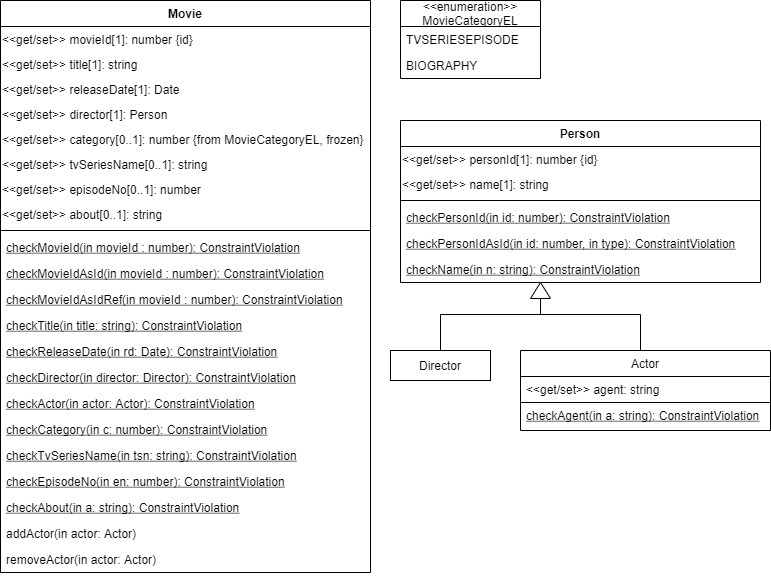
Before: docs/assignment6/js_class_model.png, a diagram exported from draw.io (minaleebtu/webapp-lee). Source tidied: cells renumbered, new cells last; positions are measured from the earlier drawing's top-left corner, leaving out a move shared by most shapes. Its diagram source:
```xml
<mxGraphModel>
  <root>
    <mxCell id="0" />
    <mxCell id="1" parent="0" />
    <mxCell id="2" value="Movie" style="swimlane;fontStyle=1;align=center;verticalAlign=top;horizontal=1;startSize=26;" parent="1" vertex="1">
      <mxGeometry width="370" height="572" as="geometry" />
    </mxCell>
    <mxCell id="3" value="&amp;lt;&amp;lt;get/set&amp;gt;&amp;gt; movieId[1]: number {id}&amp;nbsp;" style="text;html=1;align=left;" parent="2" vertex="1">
      <mxGeometry y="26" width="370" height="25" as="geometry" />
    </mxCell>
    <mxCell id="4" value="&amp;lt;&amp;lt;get/set&amp;gt;&amp;gt; title[1]: string" style="text;html=1;align=left;" parent="2" vertex="1">
      <mxGeometry y="51" width="370" height="25" as="geometry" />
    </mxCell>
    <mxCell id="5" value="&lt;span&gt;&amp;lt;&amp;lt;get/set&amp;gt;&amp;gt; releaseDate[1]: Date&lt;/span&gt;" style="text;html=1;align=left;" parent="2" vertex="1">
      <mxGeometry y="76" width="370" height="25" as="geometry" />
    </mxCell>
    <mxCell id="6" value="&lt;span&gt;&amp;lt;&amp;lt;get/set&amp;gt;&amp;gt; director[1]: Person&lt;/span&gt;" style="text;html=1;align=left;" parent="2" vertex="1">
      <mxGeometry y="101" width="370" height="25" as="geometry" />
    </mxCell>
    <mxCell id="7" value="&lt;span&gt;&amp;lt;&amp;lt;get/set&amp;gt;&amp;gt; category[0..1]: number {from MovieCategoryEL, frozen}&lt;/span&gt;" style="text;html=1;align=left;" parent="2" vertex="1">
      <mxGeometry y="126" width="370" height="25" as="geometry" />
    </mxCell>
    <mxCell id="8" value="&lt;span&gt;&amp;lt;&amp;lt;get/set&amp;gt;&amp;gt; tvSeriesName[0..1]: string&lt;/span&gt;" style="text;html=1;align=left;" parent="2" vertex="1">
      <mxGeometry y="151" width="370" height="25" as="geometry" />
    </mxCell>
    <mxCell id="9" value="&lt;span&gt;&amp;lt;&amp;lt;get/set&amp;gt;&amp;gt; episodeNo[0..1]: number&lt;/span&gt;" style="text;html=1;align=left;" parent="2" vertex="1">
      <mxGeometry y="176" width="370" height="25" as="geometry" />
    </mxCell>
    <mxCell id="10" value="&lt;span&gt;&amp;lt;&amp;lt;get/set&amp;gt;&amp;gt; about[0..1]: string&lt;/span&gt;" style="text;html=1;align=left;" parent="2" vertex="1">
      <mxGeometry y="201" width="370" height="25" as="geometry" />
    </mxCell>
    <mxCell id="11" style="line;strokeWidth=1;fillColor=none;align=left;verticalAlign=middle;spacingTop=-1;spacingLeft=3;spacingRight=3;labelPosition=right;" parent="2" vertex="1">
      <mxGeometry y="226" width="370" height="8" as="geometry" />
    </mxCell>
    <mxCell id="12" value="checkMovieId(in movieId : number): ConstraintViolation" style="text;strokeColor=none;fillColor=none;align=left;verticalAlign=top;spacingLeft=4;spacingRight=4;overflow=hidden;fontStyle=4;" parent="2" vertex="1">
      <mxGeometry y="234" width="370" height="26" as="geometry" />
    </mxCell>
    <mxCell id="13" value="checkMovieIdAsId(in movieId : number): ConstraintViolation" style="text;strokeColor=none;fillColor=none;align=left;verticalAlign=top;spacingLeft=4;spacingRight=4;overflow=hidden;fontStyle=4;" parent="2" vertex="1">
      <mxGeometry y="260" width="370" height="26" as="geometry" />
    </mxCell>
    <mxCell id="14" value="checkMovieIdAsIdRef(in movieId : number): ConstraintViolation" style="text;strokeColor=none;fillColor=none;align=left;verticalAlign=top;spacingLeft=4;spacingRight=4;overflow=hidden;fontStyle=4;" parent="2" vertex="1">
      <mxGeometry y="286" width="370" height="26" as="geometry" />
    </mxCell>
    <mxCell id="15" value="checkTitle(in title: string): ConstraintViolation" style="text;strokeColor=none;fillColor=none;align=left;verticalAlign=top;spacingLeft=4;spacingRight=4;overflow=hidden;fontStyle=4;" parent="2" vertex="1">
      <mxGeometry y="312" width="370" height="26" as="geometry" />
    </mxCell>
    <mxCell id="16" value="checkReleaseDate(in rd: Date): ConstraintViolation" style="text;strokeColor=none;fillColor=none;align=left;verticalAlign=top;spacingLeft=4;spacingRight=4;overflow=hidden;fontStyle=4;" parent="2" vertex="1">
      <mxGeometry y="338" width="370" height="26" as="geometry" />
    </mxCell>
    <mxCell id="17" value="checkDirector(in director: Director): ConstraintViolation" style="text;strokeColor=none;fillColor=none;align=left;verticalAlign=top;spacingLeft=4;spacingRight=4;overflow=hidden;fontStyle=4;" parent="2" vertex="1">
      <mxGeometry y="364" width="370" height="26" as="geometry" />
    </mxCell>
    <mxCell id="18" value="checkActor(in actor: Actor): ConstraintViolation" style="text;strokeColor=none;fillColor=none;align=left;verticalAlign=top;spacingLeft=4;spacingRight=4;overflow=hidden;fontStyle=4;" parent="2" vertex="1">
      <mxGeometry y="390" width="370" height="26" as="geometry" />
    </mxCell>
    <mxCell id="19" value="checkCategory(in c: number): ConstraintViolation" style="text;strokeColor=none;fillColor=none;align=left;verticalAlign=top;spacingLeft=4;spacingRight=4;overflow=hidden;fontStyle=4;" parent="2" vertex="1">
      <mxGeometry y="416" width="370" height="26" as="geometry" />
    </mxCell>
    <mxCell id="20" value="checkTvSeriesName(in tsn: string): ConstraintViolation" style="text;strokeColor=none;fillColor=none;align=left;verticalAlign=top;spacingLeft=4;spacingRight=4;overflow=hidden;fontStyle=4;" parent="2" vertex="1">
      <mxGeometry y="442" width="370" height="26" as="geometry" />
    </mxCell>
    <mxCell id="21" value="checkEpisodeNo(in en: number): ConstraintViolation" style="text;strokeColor=none;fillColor=none;align=left;verticalAlign=top;spacingLeft=4;spacingRight=4;overflow=hidden;fontStyle=4;" parent="2" vertex="1">
      <mxGeometry y="468" width="370" height="26" as="geometry" />
    </mxCell>
    <mxCell id="22" value="checkAbout(in a: string): ConstraintViolation" style="text;strokeColor=none;fillColor=none;align=left;verticalAlign=top;spacingLeft=4;spacingRight=4;overflow=hidden;fontStyle=4;" parent="2" vertex="1">
      <mxGeometry y="494" width="370" height="26" as="geometry" />
    </mxCell>
    <mxCell id="23" value="addActor(in actor: Actor)" style="text;strokeColor=none;fillColor=none;align=left;verticalAlign=top;spacingLeft=4;spacingRight=4;overflow=hidden;fontStyle=0;" parent="2" vertex="1">
      <mxGeometry y="520" width="370" height="26" as="geometry" />
    </mxCell>
    <mxCell id="24" value="removeActor(in actor: Actor)" style="text;strokeColor=none;fillColor=none;align=left;verticalAlign=top;spacingLeft=4;spacingRight=4;overflow=hidden;fontStyle=0;" parent="2" vertex="1">
      <mxGeometry y="546" width="370" height="26" as="geometry" />
    </mxCell>
    <mxCell id="25" value="Person" style="swimlane;fontStyle=1;align=center;verticalAlign=top;horizontal=1;startSize=26;" parent="1" vertex="1">
      <mxGeometry x="400" y="120" width="360" height="162" as="geometry" />
    </mxCell>
    <mxCell id="26" value="&amp;lt;&amp;lt;get/set&amp;gt;&amp;gt; personId[1]: number {id}&amp;nbsp;" style="text;html=1;align=left;" parent="25" vertex="1">
      <mxGeometry y="26" width="360" height="25" as="geometry" />
    </mxCell>
    <mxCell id="27" value="&amp;lt;&amp;lt;get/set&amp;gt;&amp;gt; name[1]: string" style="text;html=1;align=left;" parent="25" vertex="1">
      <mxGeometry y="51" width="360" height="25" as="geometry" />
    </mxCell>
    <mxCell id="28" style="line;strokeWidth=1;fillColor=none;align=left;verticalAlign=middle;spacingTop=-1;spacingLeft=3;spacingRight=3;labelPosition=right;" parent="25" vertex="1">
      <mxGeometry y="76" width="360" height="8" as="geometry" />
    </mxCell>
    <mxCell id="29" value="checkPersonId(in id: number): ConstraintViolation" style="text;strokeColor=none;fillColor=none;align=left;verticalAlign=top;spacingLeft=4;spacingRight=4;overflow=hidden;fontStyle=4;" parent="25" vertex="1">
      <mxGeometry y="84" width="360" height="26" as="geometry" />
    </mxCell>
    <mxCell id="30" value="checkPersonIdAsId(in id: number, in type): ConstraintViolation" style="text;strokeColor=none;fillColor=none;align=left;verticalAlign=top;spacingLeft=4;spacingRight=4;overflow=hidden;fontStyle=4;" parent="25" vertex="1">
      <mxGeometry y="110" width="360" height="26" as="geometry" />
    </mxCell>
    <mxCell id="31" value="checkName(in n: string): ConstraintViolation" style="text;strokeColor=none;fillColor=none;align=left;verticalAlign=top;spacingLeft=4;spacingRight=4;overflow=hidden;points=[[0,0.5],[1,0.5]];portConstraint=eastwest;fontStyle=4;" parent="25" vertex="1">
      <mxGeometry y="136" width="360" height="26" as="geometry" />
    </mxCell>
    <mxCell id="32" value="&lt;&lt;enumeration&gt;&gt;&#10;MovieCategoryEL" style="swimlane;fontStyle=0;horizontal=1;startSize=26;" parent="1" vertex="1">
      <mxGeometry x="400" width="140" height="78" as="geometry" />
    </mxCell>
    <mxCell id="33" value="TVSERIESEPISODE" style="text;strokeColor=none;fillColor=none;align=left;verticalAlign=top;spacingLeft=4;spacingRight=4;overflow=hidden;" parent="32" vertex="1">
      <mxGeometry y="26" width="140" height="26" as="geometry" />
    </mxCell>
    <mxCell id="34" value="BIOGRAPHY" style="text;strokeColor=none;fillColor=none;align=left;verticalAlign=top;spacingLeft=4;spacingRight=4;overflow=hidden;" parent="32" vertex="1">
      <mxGeometry y="52" width="140" height="26" as="geometry" />
    </mxCell>
    <mxCell id="35" value="Actor" style="swimlane;fontStyle=0;horizontal=1;startSize=26;" parent="1" vertex="1">
      <mxGeometry x="520" y="350" width="250" height="80" as="geometry" />
    </mxCell>
    <mxCell id="36" value="&lt;&lt;get/set&gt;&gt; agent: string " style="text;fillColor=none;align=left;verticalAlign=top;spacingLeft=4;spacingRight=4;overflow=hidden;strokeColor=#000000;" parent="35" vertex="1">
      <mxGeometry y="26" width="250" height="26" as="geometry" />
    </mxCell>
    <mxCell id="37" value="checkAgent(in a: string): ConstraintViolation" style="text;strokeColor=none;fillColor=none;align=left;verticalAlign=top;spacingLeft=4;spacingRight=4;overflow=hidden;fontStyle=4;" parent="35" vertex="1">
      <mxGeometry y="52" width="250" height="28" as="geometry" />
    </mxCell>
    <mxCell id="38" value="Director" style="rounded=0;whiteSpace=wrap;html=1;" parent="1" vertex="1">
      <mxGeometry x="390" y="350" width="100" height="30" as="geometry" />
    </mxCell>
    <mxCell id="39" style="endArrow=none;html=1;exitX=0.5;exitY=0;exitDx=0;exitDy=0;" parent="1" edge="1" source="35">
      <mxGeometry relative="1" as="geometry">
        <mxPoint x="620" y="350" as="targetPoint" />
      </mxGeometry>
    </mxCell>
    <mxCell id="40" style="shape=partialRectangle;whiteSpace=wrap;html=1;bottom=1;right=1;left=1;top=0;fillColor=none;routingCenterX=-0.5;direction=west;" parent="1" vertex="1">
      <mxGeometry x="440" y="314" width="200" height="36" as="geometry" />
    </mxCell>
    <mxCell id="41" style="endArrow=none;html=1;exitX=0.5;exitY=1;exitDx=0;exitDy=0;entryX=0.389;entryY=1.038;entryDx=0;entryDy=0;entryPerimeter=0;" parent="1" edge="1" source="40" target="31">
      <mxGeometry relative="1" as="geometry" />
    </mxCell>
    <mxCell id="42" style="verticalLabelPosition=bottom;verticalAlign=top;html=1;shape=mxgraph.basic.acute_triangle;dx=0.5;" parent="1" vertex="1">
      <mxGeometry x="530" y="282" width="20" height="16" as="geometry" />
    </mxCell>
  </root>
</mxGraphModel>
```
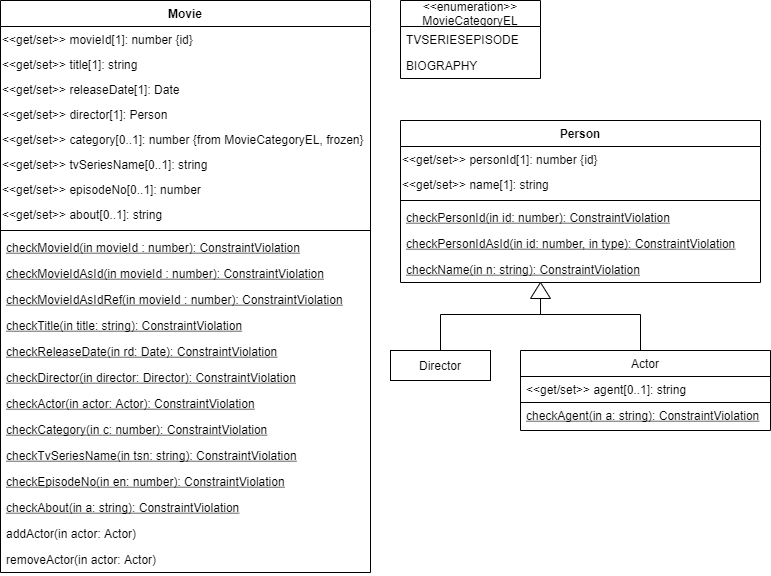
The same file after the commit.

Commit message:
modified js_class_model (added multiplicity to agent in Actor)

What changed in the source:
```diff
@@ -104,7 +104,7 @@
     <mxCell id="35" value="Actor" style="swimlane;fontStyle=0;horizontal=1;startSize=26;" parent="1" vertex="1">
       <mxGeometry x="520" y="350" width="250" height="80" as="geometry" />
     </mxCell>
-    <mxCell id="36" value="&lt;&lt;get/set&gt;&gt; agent: string " style="text;fillColor=none;align=left;verticalAlign=top;spacingLeft=4;spacingRight=4;overflow=hidden;strokeColor=#000000;" parent="35" vertex="1">
+    <mxCell id="36" value="&lt;&lt;get/set&gt;&gt; agent[0..1]: string " style="text;fillColor=none;align=left;verticalAlign=top;spacingLeft=4;spacingRight=4;overflow=hidden;strokeColor=#000000;" parent="35" vertex="1">
       <mxGeometry y="26" width="250" height="26" as="geometry" />
     </mxCell>
     <mxCell id="37" value="checkAgent(in a: string): ConstraintViolation" style="text;strokeColor=none;fillColor=none;align=left;verticalAlign=top;spacingLeft=4;spacingRight=4;overflow=hidden;fontStyle=4;" parent="35" vertex="1">
```
